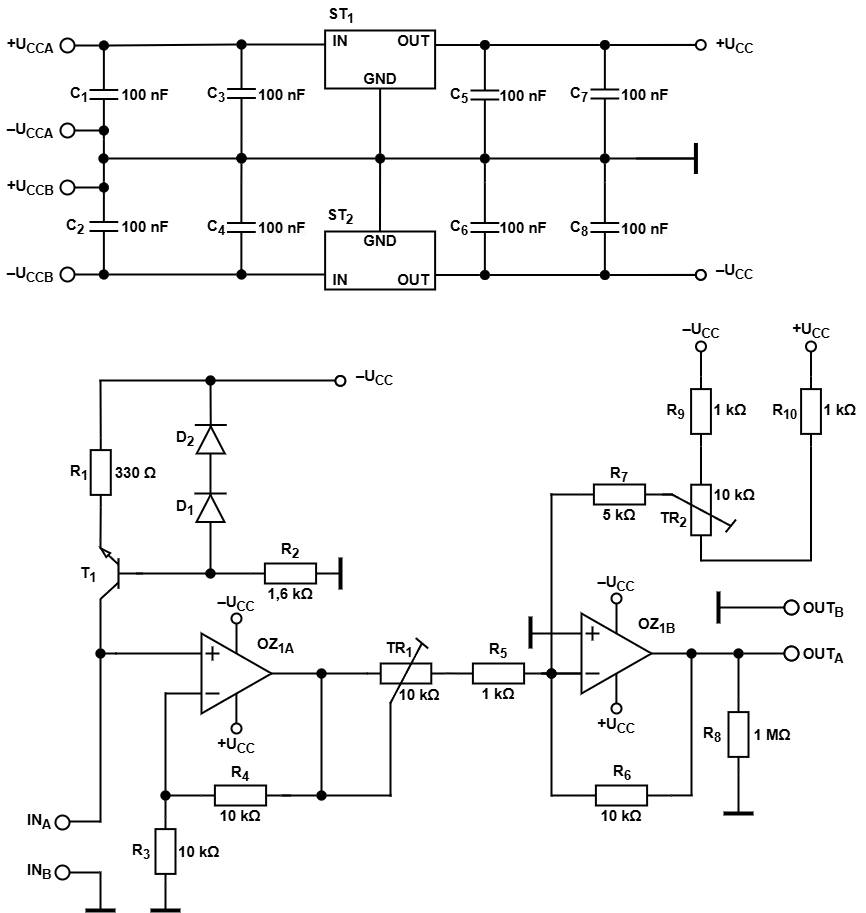
Earlier version of the draw.io export PT100.drawio.png (MarosFandel/Digital-elektronics-1). Source tidied: cells renumbered, new cells last; positions are measured from the earlier drawing's top-left corner, leaving out a move shared by most shapes.
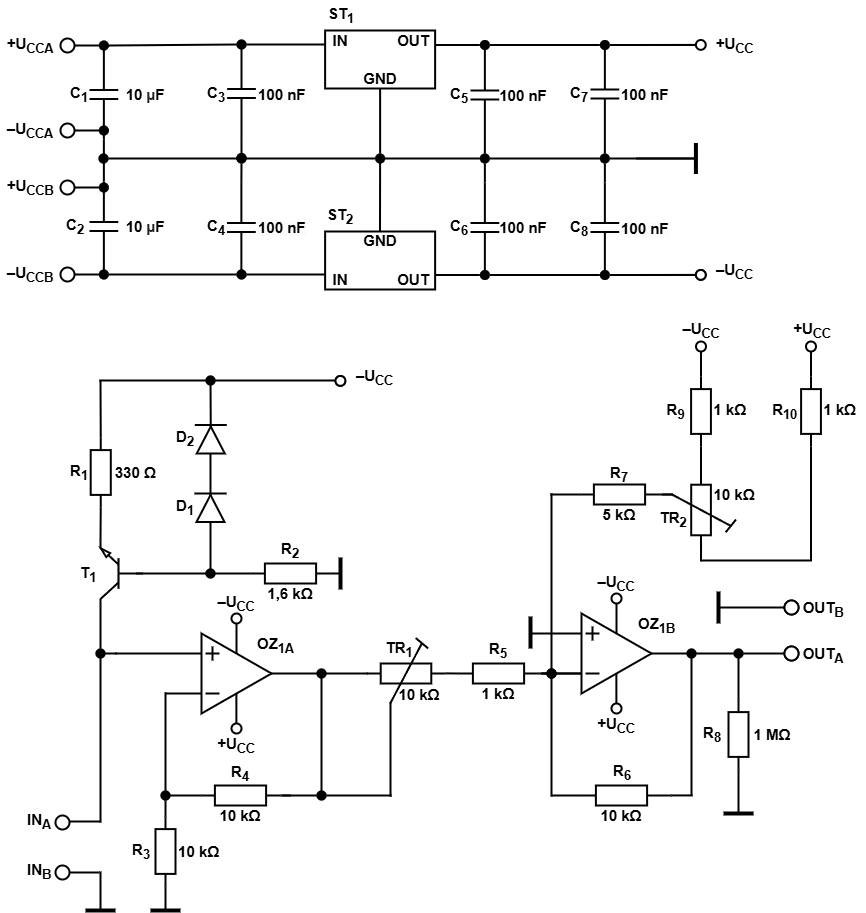
The same diagram one commit later.

Diff of the diagram source:
```diff
@@ -184,10 +184,10 @@
     <mxCell id="59" value="&lt;font style=&quot;font-size: 15px;&quot;&gt;&lt;b&gt;C&lt;sub style=&quot;&quot;&gt;2&lt;/sub&gt;&lt;/b&gt;&lt;/font&gt;" style="text;html=1;align=center;verticalAlign=middle;whiteSpace=wrap;rounded=0;" parent="1" vertex="1">
       <mxGeometry x="45" y="211" width="60" height="30" as="geometry" />
     </mxCell>
-    <mxCell id="60" value="&lt;b&gt;&lt;font style=&quot;font-size: 15px;&quot;&gt;100 nF&lt;/font&gt;&lt;/b&gt;" style="text;html=1;align=center;verticalAlign=middle;whiteSpace=wrap;rounded=0;" parent="1" vertex="1">
+    <mxCell id="60" value="&lt;b&gt;&lt;font style=&quot;font-size: 15px;&quot;&gt;10&amp;nbsp;&lt;/font&gt;&lt;/b&gt;&lt;b&gt;&lt;span style=&quot;color: rgb(32, 33, 34); font-family: sans-serif; text-align: start; background-color: rgb(255, 255, 255);&quot;&gt;&lt;font style=&quot;font-size: 15px;&quot;&gt;µ&lt;/font&gt;&lt;/span&gt;&lt;/b&gt;&lt;b&gt;&lt;font style=&quot;font-size: 15px;&quot;&gt;F&lt;/font&gt;&lt;/b&gt;" style="text;html=1;align=center;verticalAlign=middle;whiteSpace=wrap;rounded=0;" parent="1" vertex="1">
       <mxGeometry x="114.6" y="211" width="60" height="30" as="geometry" />
     </mxCell>
-    <mxCell id="61" value="&lt;b&gt;&lt;font style=&quot;font-size: 15px;&quot;&gt;100 nF&lt;/font&gt;&lt;/b&gt;" style="text;html=1;align=center;verticalAlign=middle;whiteSpace=wrap;rounded=0;" parent="1" vertex="1">
+    <mxCell id="61" value="&lt;font style=&quot;color: rgb(0, 0, 0);&quot;&gt;&lt;b&gt;&lt;font style=&quot;font-size: 15px;&quot;&gt;10&amp;nbsp;&lt;/font&gt;&lt;span style=&quot;color: rgb(32, 33, 34); font-family: sans-serif; text-align: start; background-color: rgb(255, 255, 255);&quot;&gt;&lt;font style=&quot;font-size: 15px;&quot;&gt;µ&lt;/font&gt;&lt;/span&gt;&lt;font style=&quot;font-size: 15px;&quot;&gt;F&lt;/font&gt;&lt;/b&gt;&lt;/font&gt;" style="text;html=1;align=center;verticalAlign=middle;whiteSpace=wrap;rounded=0;" parent="1" vertex="1">
       <mxGeometry x="114.6" y="79" width="60" height="30" as="geometry" />
     </mxCell>
     <mxCell id="62" style="endArrow=none;html=1;rounded=0;exitX=1;exitY=0.5;exitDx=0;exitDy=0;entryX=0;entryY=0.5;entryDx=0;entryDy=0;strokeWidth=2;" parent="1" edge="1" source="39" target="263">
```
